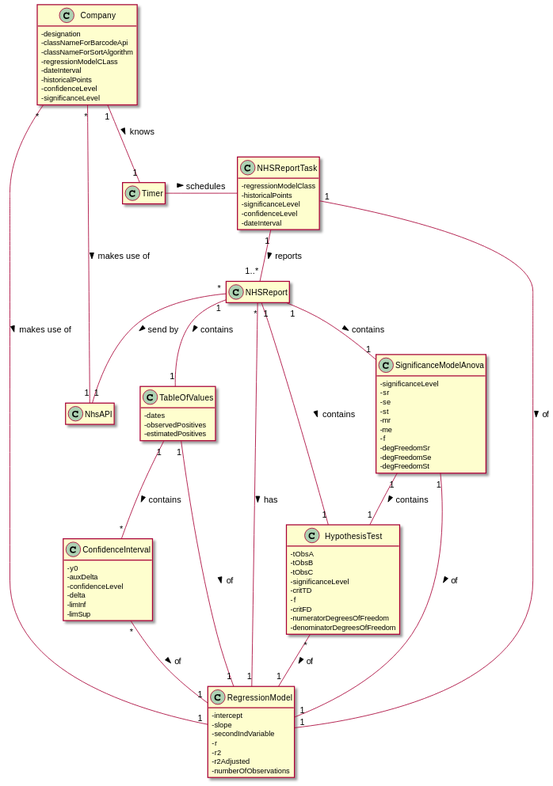
ana-albergaria/LAPR2-ISEP keeps this PlantUML diagram as docs/SprintD/US_19/US19_DM.svg. Above is the earlier version.
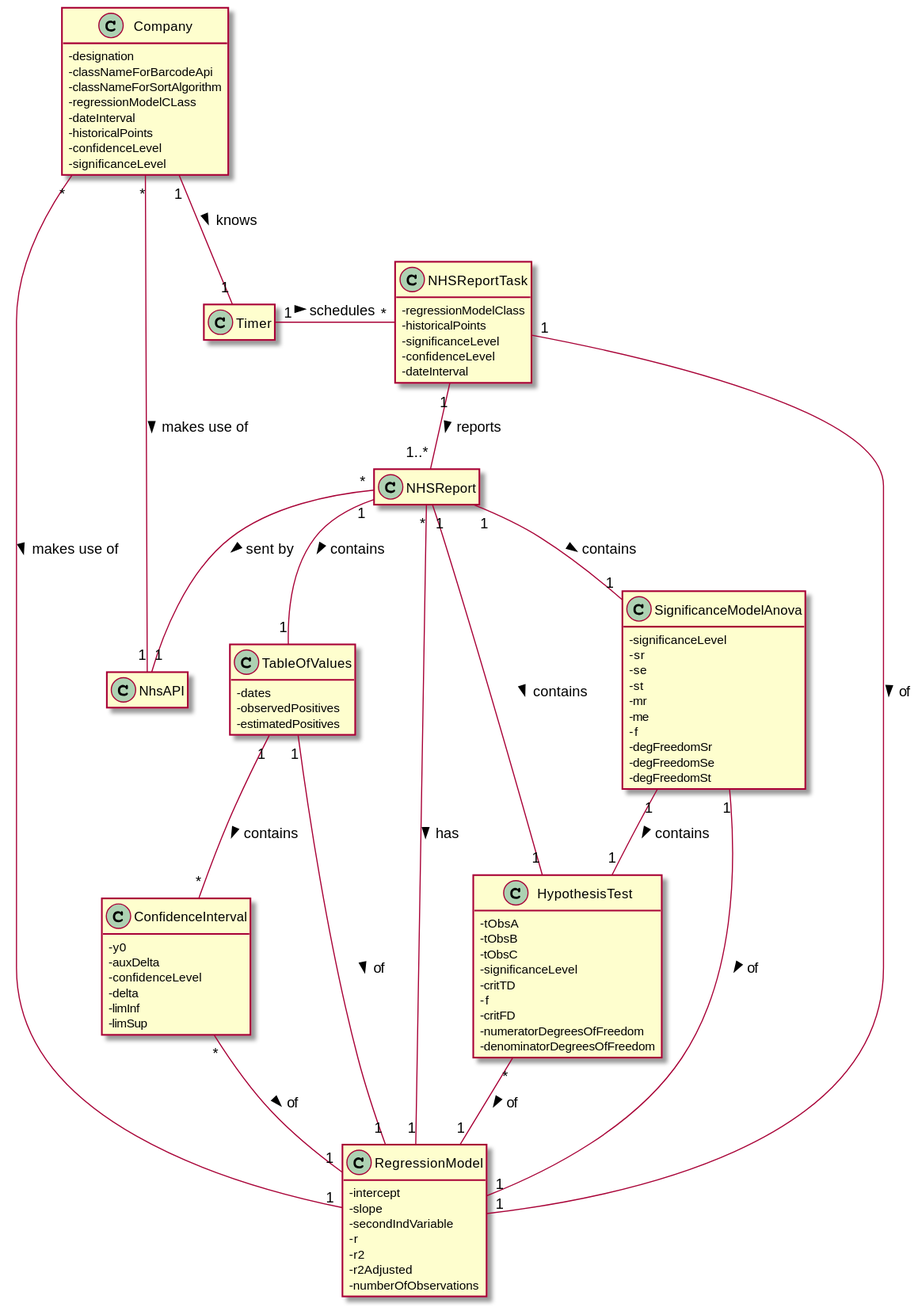
After the change.

The edit, as a diff of the source:
```diff
@@ -85,7 +85,7 @@
 NHSReportTask "1" -- "1..*" NHSReport : reports >
 Company "1" -- "1" Timer : knows >
 Company "*" - "1" NhsAPI : makes use of >
-NHSReport "*" -- "1" NhsAPI : send by >
+NHSReport "*" -- "1" NhsAPI : sent by >
 NHSReport "*" -- "1" RegressionModel : has >
 NHSReport "1" -- "1" HypothesisTest : contains >
 NHSReport "1" -- "1" SignificanceModelAnova : contains >
@@ -97,7 +97,7 @@
 TableOfValues "1" -- "1" RegressionModel : of >
 TableOfValues "1" -- "*" ConfidenceInterval : contains >
 ConfidenceInterval "*" -- "1" RegressionModel : of >
-Timer - NHSReportTask : schedules >
+Timer "1" - "*" NHSReportTask : schedules >
 NHSReportTask "1" -- "1" RegressionModel : of >
 
 
```
